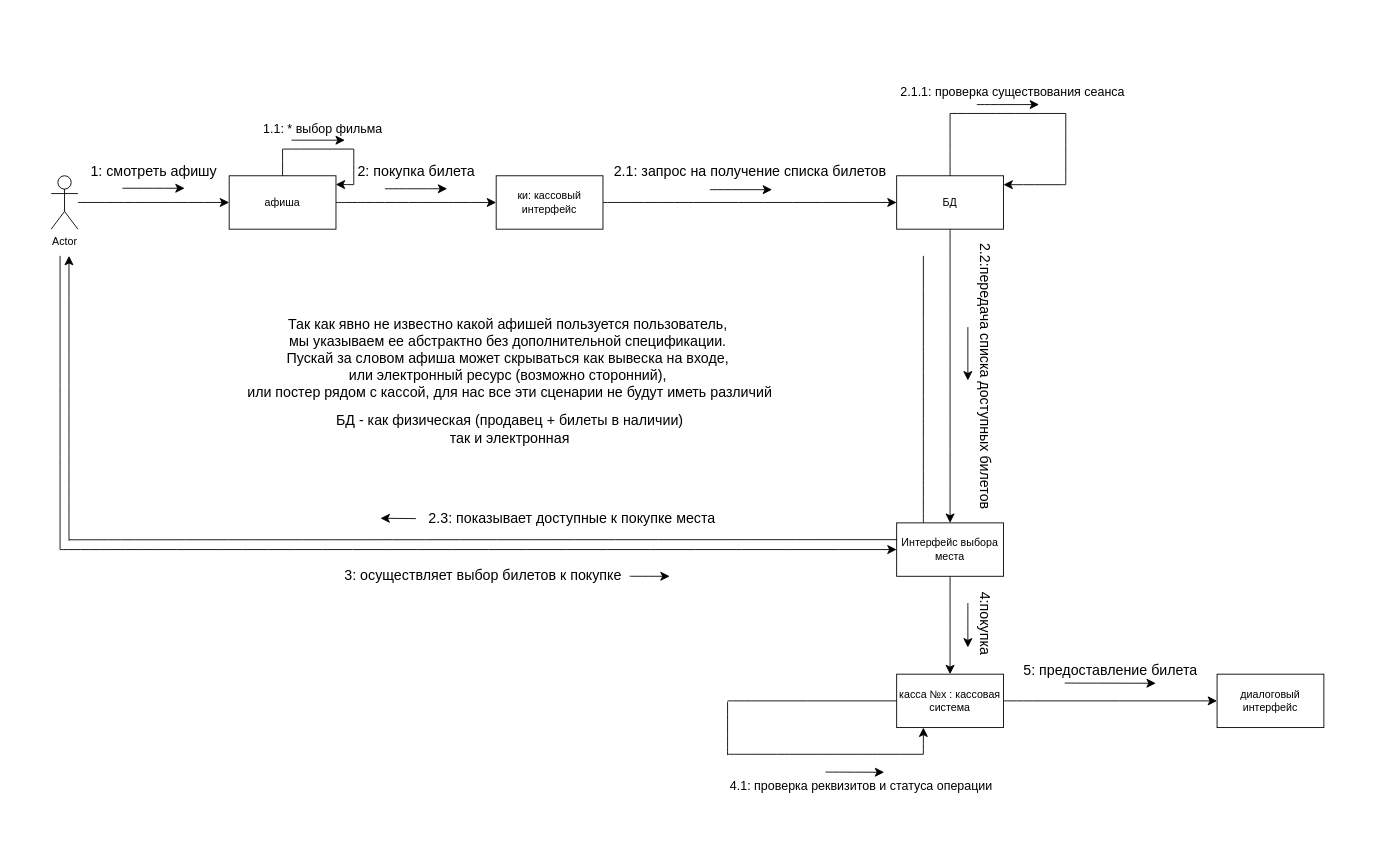
ANDaniell/-design-practice keeps this draw.io diagram as page "Диаграмма коммуникаций покупка билета" (1 of 3) of Диаграмма коммуникаций.drawio. Above is the earlier version. Source tidied: cells renumbered, new cells numbered last; positions are measured from the earlier drawing's top-left corner, leaving out a move shared by most shapes. Both pictures are drawn from the tidied source at 89%, with x=0, y=0 at pixel (51, 77).
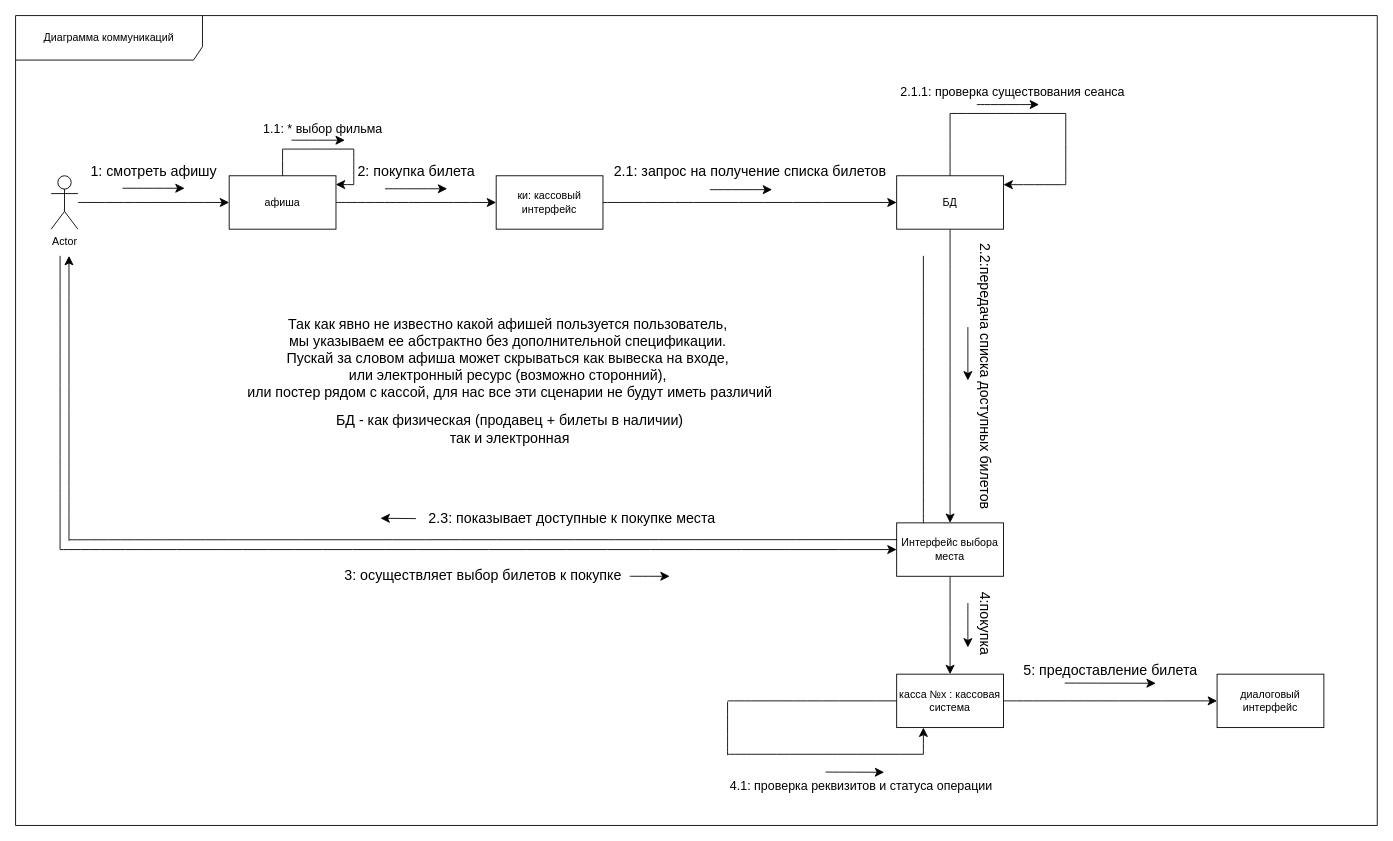
The same page after the edit.

Change to the diagram source:
```diff
@@
+    <mxCell id="56" value="Диаграмма коммуникаций" style="shape=umlFrame;whiteSpace=wrap;html=1;width=210;height=50;" parent="1" vertex="1">
+      <mxGeometry x="-40" y="-70" width="1530" height="910" as="geometry" />
+    </mxCell>
```
